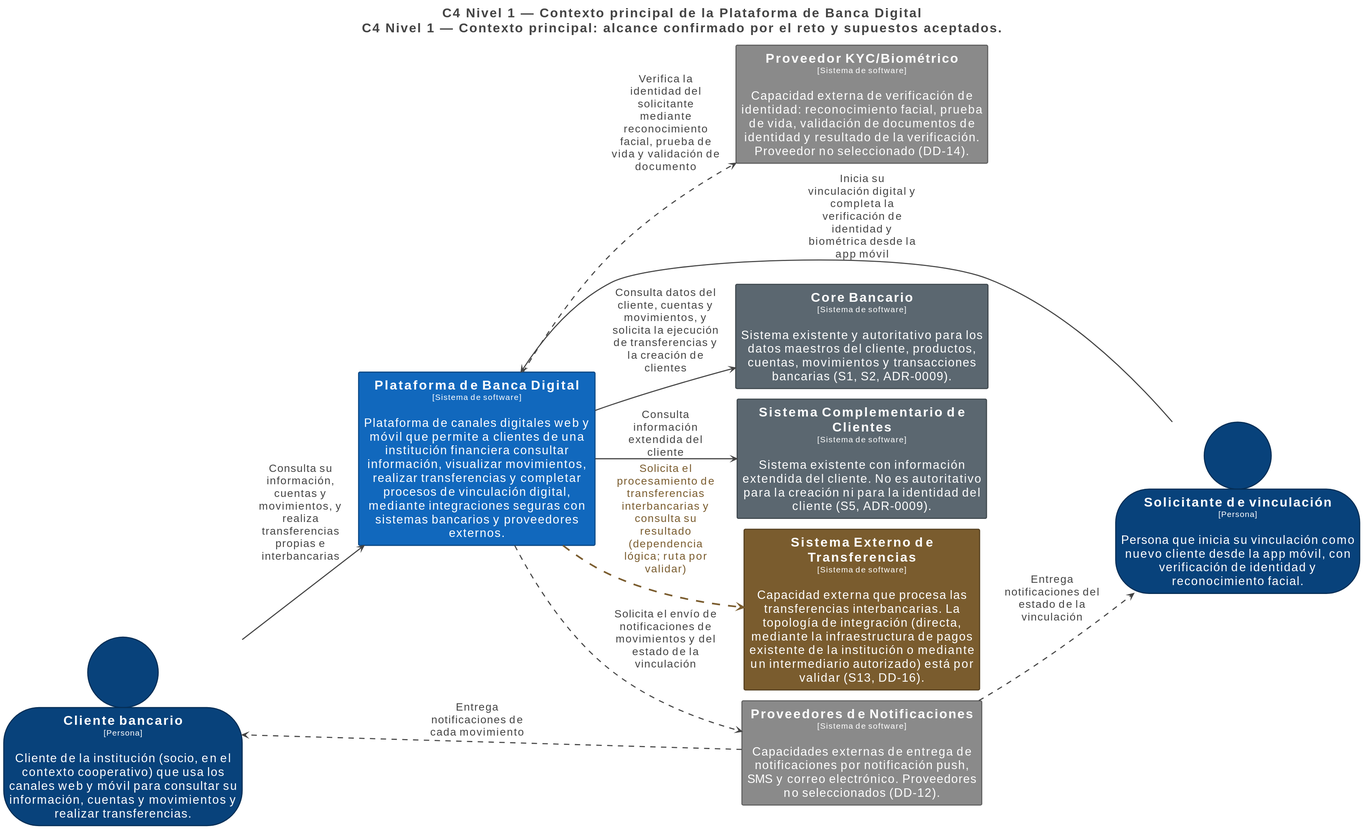
Above: diagrams/c4/structurizr-ContextoPrincipal.svg in Juankia/EvaluacionJuanAmay (PlantUML), before the change.
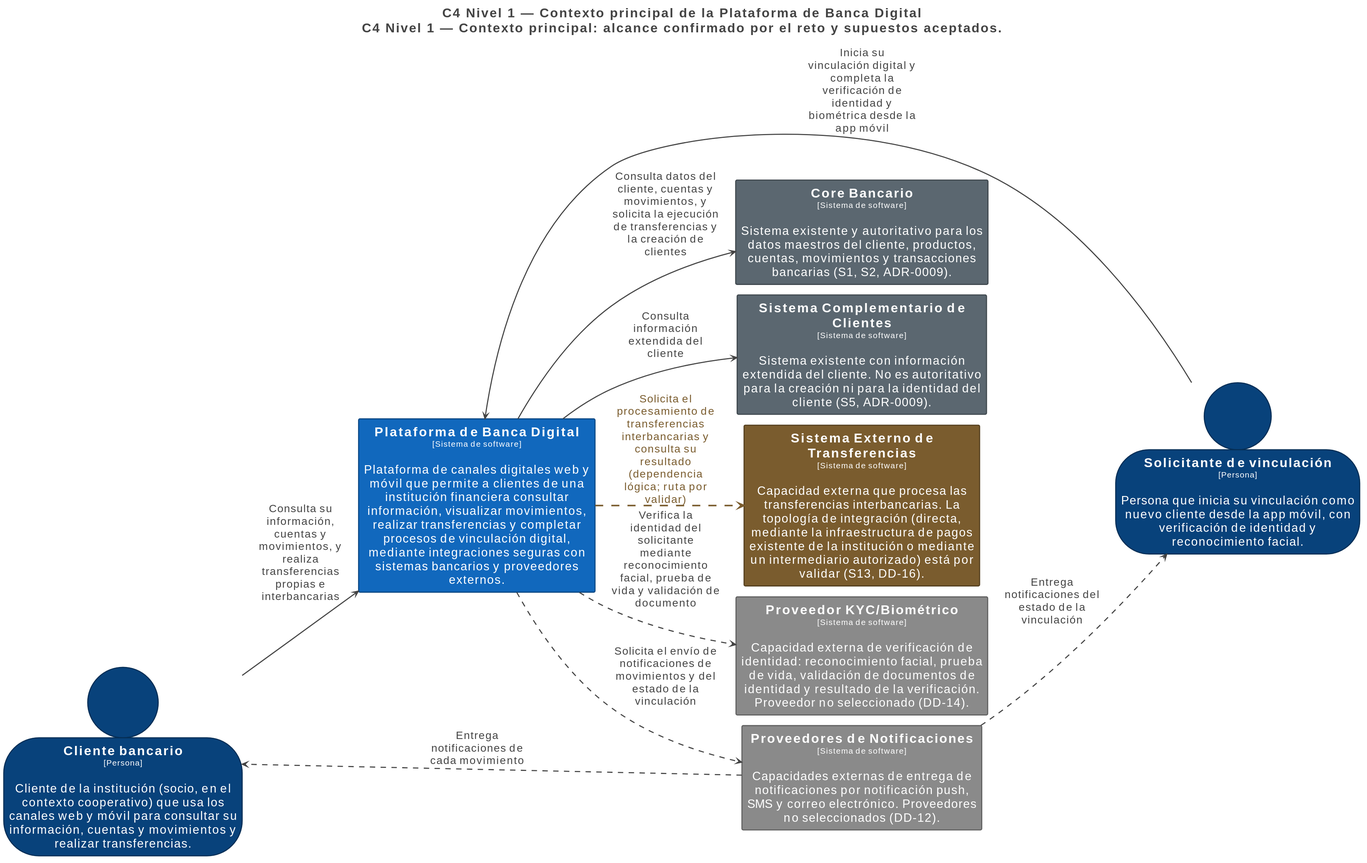
Above is the later version.

Change to the diagram source:
```diff
@@ -102,13 +102,13 @@
 </style>
 
 person "==Cliente bancario\n<size:15>[Persona]</size>\n\nCliente de la institución (socio, en el contexto cooperativo) que usa los canales web y móvil para consultar su información, cuentas y movimientos y realizar transferencias." <<Element-RWxlbWVudCxQZXJzb24=>> as Clientebancario
-rectangle "==Proveedores de Notificaciones\n<size:15>[Sistema de software]</size>\n\nCapacidades externas de entrega de notificaciones por notificación push, SMS y correo electrónico. Proveedores no seleccionados (DD-12)." <<Element-RWxlbWVudCxQcm92ZWVkb3IgdGVyY2Vybw==>> as ProveedoresdeNotificaciones
 person "==Solicitante de vinculación\n<size:15>[Persona]</size>\n\nPersona que inicia su vinculación como nuevo cliente desde la app móvil, con verificación de identidad y reconocimiento facial." <<Element-RWxlbWVudCxQZXJzb24=>> as Solicitantedevinculación
-rectangle "==Plataforma de Banca Digital\n<size:15>[Sistema de software]</size>\n\nPlataforma de canales digitales web y móvil que permite a clientes de una institución financiera consultar información, visualizar movimientos, realizar transferencias y completar procesos de vinculación digital, mediante integraciones seguras con sistemas bancarios y proveedores externos." <<Element-RWxlbWVudCxTaXN0ZW1hIGVuIGRpc2XDsW8=>> as PlataformadeBancaDigital
 rectangle "==Core Bancario\n<size:15>[Sistema de software]</size>\n\nSistema existente y autoritativo para los datos maestros del cliente, productos, cuentas, movimientos y transacciones bancarias (S1, S2, ADR-0009)." <<Element-RWxlbWVudCxTaXN0ZW1hIGV4aXN0ZW50ZQ==>> as CoreBancario
 rectangle "==Sistema Complementario de Clientes\n<size:15>[Sistema de software]</size>\n\nSistema existente con información extendida del cliente. No es autoritativo para la creación ni para la identidad del cliente (S5, ADR-0009)." <<Element-RWxlbWVudCxTaXN0ZW1hIGV4aXN0ZW50ZQ==>> as SistemaComplementariodeClientes
 rectangle "==Sistema Externo de Transferencias\n<size:15>[Sistema de software]</size>\n\nCapacidad externa que procesa las transferencias interbancarias. La topología de integración (directa, mediante la infraestructura de pagos existente de la institución o mediante un intermediario autorizado) está por validar (S13, DD-16)." <<Element-RWxlbWVudCxJbmZyYWVzdHJ1Y3R1cmEgZmluYW5jaWVyYSBleHRlcm5h>> as SistemaExternodeTransferencias
 rectangle "==Proveedor KYC/Biométrico\n<size:15>[Sistema de software]</size>\n\nCapacidad externa de verificación de identidad: reconocimiento facial, prueba de vida, validación de documentos de identidad y resultado de la verificación. Proveedor no seleccionado (DD-14)." <<Element-RWxlbWVudCxQcm92ZWVkb3IgdGVyY2Vybw==>> as ProveedorKYCBiométrico
+rectangle "==Proveedores de Notificaciones\n<size:15>[Sistema de software]</size>\n\nCapacidades externas de entrega de notificaciones por notificación push, SMS y correo electrónico. Proveedores no seleccionados (DD-12)." <<Element-RWxlbWVudCxQcm92ZWVkb3IgdGVyY2Vybw==>> as ProveedoresdeNotificaciones
+rectangle "==Plataforma de Banca Digital\n<size:15>[Sistema de software]</size>\n\nPlataforma de canales digitales web y móvil que permite a clientes de una institución financiera consultar información, visualizar movimientos, realizar transferencias y completar procesos de vinculación digital, mediante integraciones seguras con sistemas bancarios y proveedores externos." <<Element-RWxlbWVudCxTaXN0ZW1hIGVuIGRpc2XDsW8=>> as PlataformadeBancaDigital
 
 Clientebancario --> PlataformadeBancaDigital <<Relationship-UmVsYXRpb25zaGlwLENvbmZpcm1hZGE=>> : "Consulta su información, cuentas y movimientos, y realiza transferencias propias e interbancarias"
 Solicitantedevinculación --> PlataformadeBancaDigital <<Relationship-UmVsYXRpb25zaGlwLENvbmZpcm1hZGE=>> : "Inicia su vinculación digital y completa la verificación de identidad y biométrica desde la app móvil"
```
